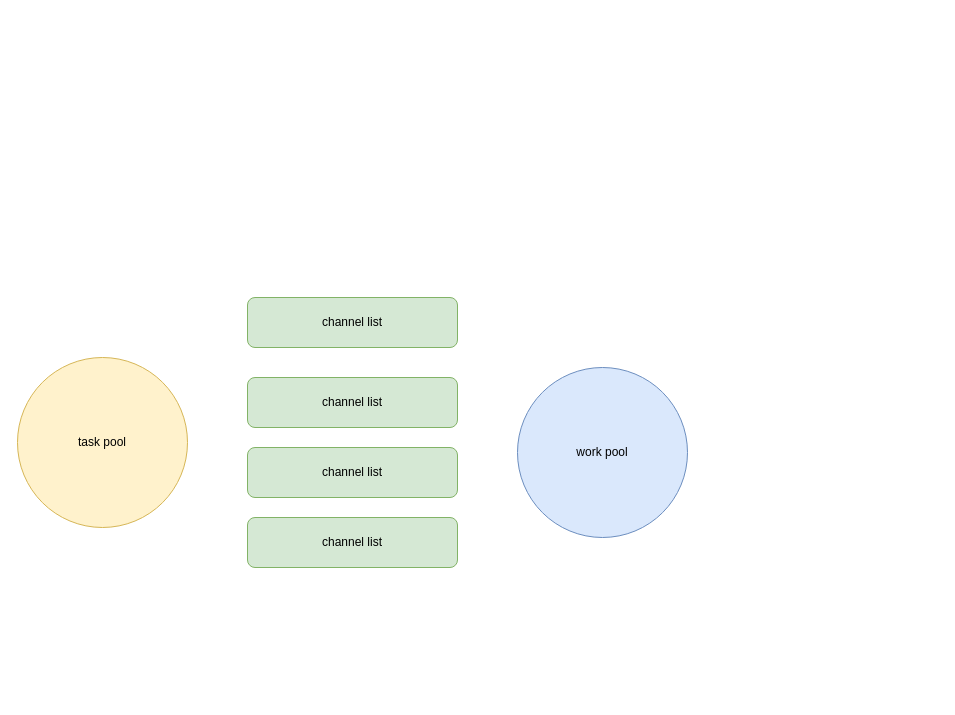
Earlier version of the draw.io diagram system.drawio (jiajiaweiwei/go-worker). Source tidied: cells renumbered, new cells numbered last; positions are measured from the earlier drawing's top-left corner, leaving out a move shared by most shapes. Both pictures are drawn from the tidied source at 100%, with x=0, y=0 at pixel (17, 297).
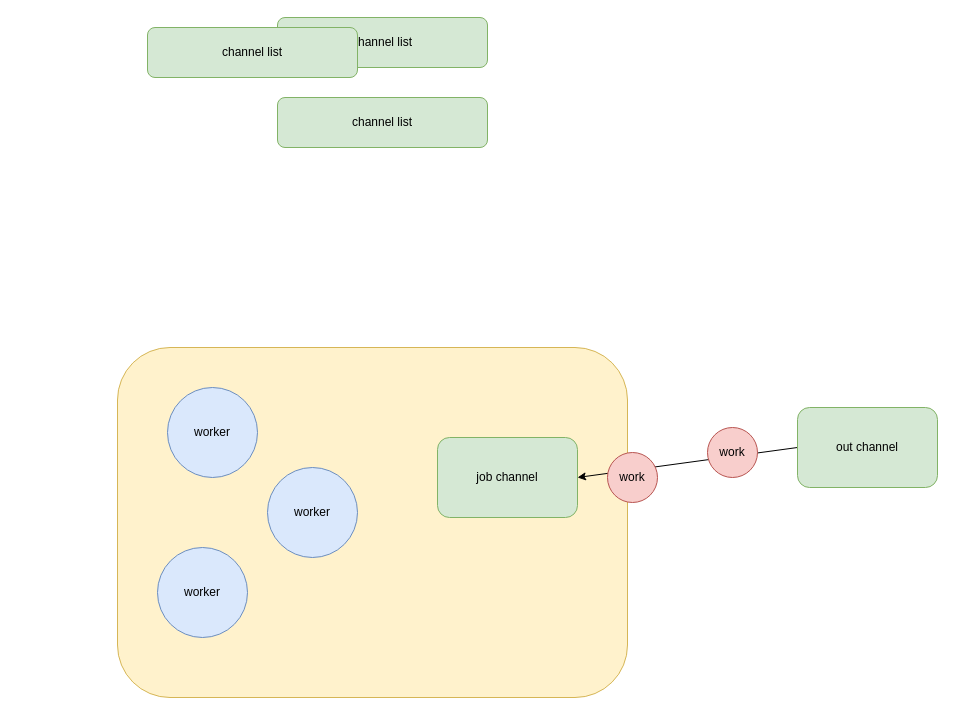
Above is the later version.

The edit, as a diff of the source:
```diff
@@
 <mxGraphModel>
   <root>
     <mxCell id="0" />
     <mxCell id="1" parent="0" />
-    <mxCell id="2" value="task pool" style="ellipse;whiteSpace=wrap;html=1;fillColor=#fff2cc;strokeColor=#d6b656;" parent="1" vertex="1">
-      <mxGeometry y="60" width="170" height="170" as="geometry" />
-    </mxCell>
+    <mxCell id="8" style="rounded=1;whiteSpace=wrap;html=1;fillColor=#fff2cc;strokeColor=#d6b656;" parent="1" vertex="1">
+      <mxGeometry x="100" y="50" width="510" height="350" as="geometry" />
+    </mxCell>
-    <mxCell id="3" value="work pool" style="ellipse;whiteSpace=wrap;html=1;fillColor=#dae8fc;strokeColor=#6c8ebf;" parent="1" vertex="1">
-      <mxGeometry x="500" y="70" width="170" height="170" as="geometry" />
+    <mxCell id="3" value="worker" style="ellipse;whiteSpace=wrap;html=1;fillColor=#dae8fc;strokeColor=#6c8ebf;" parent="1" vertex="1">
+      <mxGeometry x="150" y="90" width="90" height="90" as="geometry" />
     </mxCell>
     <mxCell id="4" value="channel list" style="rounded=1;whiteSpace=wrap;html=1;fillColor=#d5e8d4;strokeColor=#82b366;" parent="1" vertex="1">
-      <mxGeometry x="230" width="210" height="50" as="geometry" />
+      <mxGeometry x="260" y="-280" width="210" height="50" as="geometry" />
     </mxCell>
     <mxCell id="5" value="channel list" style="rounded=1;whiteSpace=wrap;html=1;fillColor=#d5e8d4;strokeColor=#82b366;" parent="1" vertex="1">
-      <mxGeometry x="230" y="80" width="210" height="50" as="geometry" />
+      <mxGeometry x="260" y="-200" width="210" height="50" as="geometry" />
     </mxCell>
     <mxCell id="6" value="channel list" style="rounded=1;whiteSpace=wrap;html=1;fillColor=#d5e8d4;strokeColor=#82b366;" parent="1" vertex="1">
-      <mxGeometry x="230" y="150" width="210" height="50" as="geometry" />
+      <mxGeometry x="130" y="-270" width="210" height="50" as="geometry" />
     </mxCell>
-    <mxCell id="7" value="channel list" style="rounded=1;whiteSpace=wrap;html=1;fillColor=#d5e8d4;strokeColor=#82b366;" parent="1" vertex="1">
-      <mxGeometry x="230" y="220" width="210" height="50" as="geometry" />
+    <mxCell id="7" value="job channel" style="rounded=1;whiteSpace=wrap;html=1;fillColor=#d5e8d4;strokeColor=#82b366;" parent="1" vertex="1">
+      <mxGeometry x="420" y="140" width="140" height="80" as="geometry" />
     </mxCell>
+    <mxCell id="9" value="worker" style="ellipse;whiteSpace=wrap;html=1;fillColor=#dae8fc;strokeColor=#6c8ebf;" parent="1" vertex="1">
+      <mxGeometry x="250" y="170" width="90" height="90" as="geometry" />
+    </mxCell>
+    <mxCell id="10" value="worker" style="ellipse;whiteSpace=wrap;html=1;fillColor=#dae8fc;strokeColor=#6c8ebf;" parent="1" vertex="1">
+      <mxGeometry x="140" y="250" width="90" height="90" as="geometry" />
+    </mxCell>
+    <mxCell id="11" style="rounded=0;jettySize=auto;html=1;exitX=0;exitY=0.5;exitDx=0;exitDy=0;entryX=1;entryY=0.5;entryDx=0;entryDy=0;" parent="1" edge="1" source="12" target="7">
+      <mxGeometry relative="1" as="geometry" />
+    </mxCell>
+    <mxCell id="12" value="out channel" style="rounded=1;whiteSpace=wrap;html=1;fillColor=#d5e8d4;strokeColor=#82b366;" parent="1" vertex="1">
+      <mxGeometry x="780" y="110" width="140" height="80" as="geometry" />
+    </mxCell>
+    <mxCell id="13" value="work" style="ellipse;whiteSpace=wrap;html=1;fillColor=#f8cecc;strokeColor=#b85450;" parent="1" vertex="1">
+      <mxGeometry x="690" y="130" width="50" height="50" as="geometry" />
+    </mxCell>
+    <mxCell id="14" value="work" style="ellipse;whiteSpace=wrap;html=1;fillColor=#f8cecc;strokeColor=#b85450;" parent="1" vertex="1">
+      <mxGeometry x="590" y="155" width="50" height="50" as="geometry" />
+    </mxCell>
   </root>
 </mxGraphModel>
```
